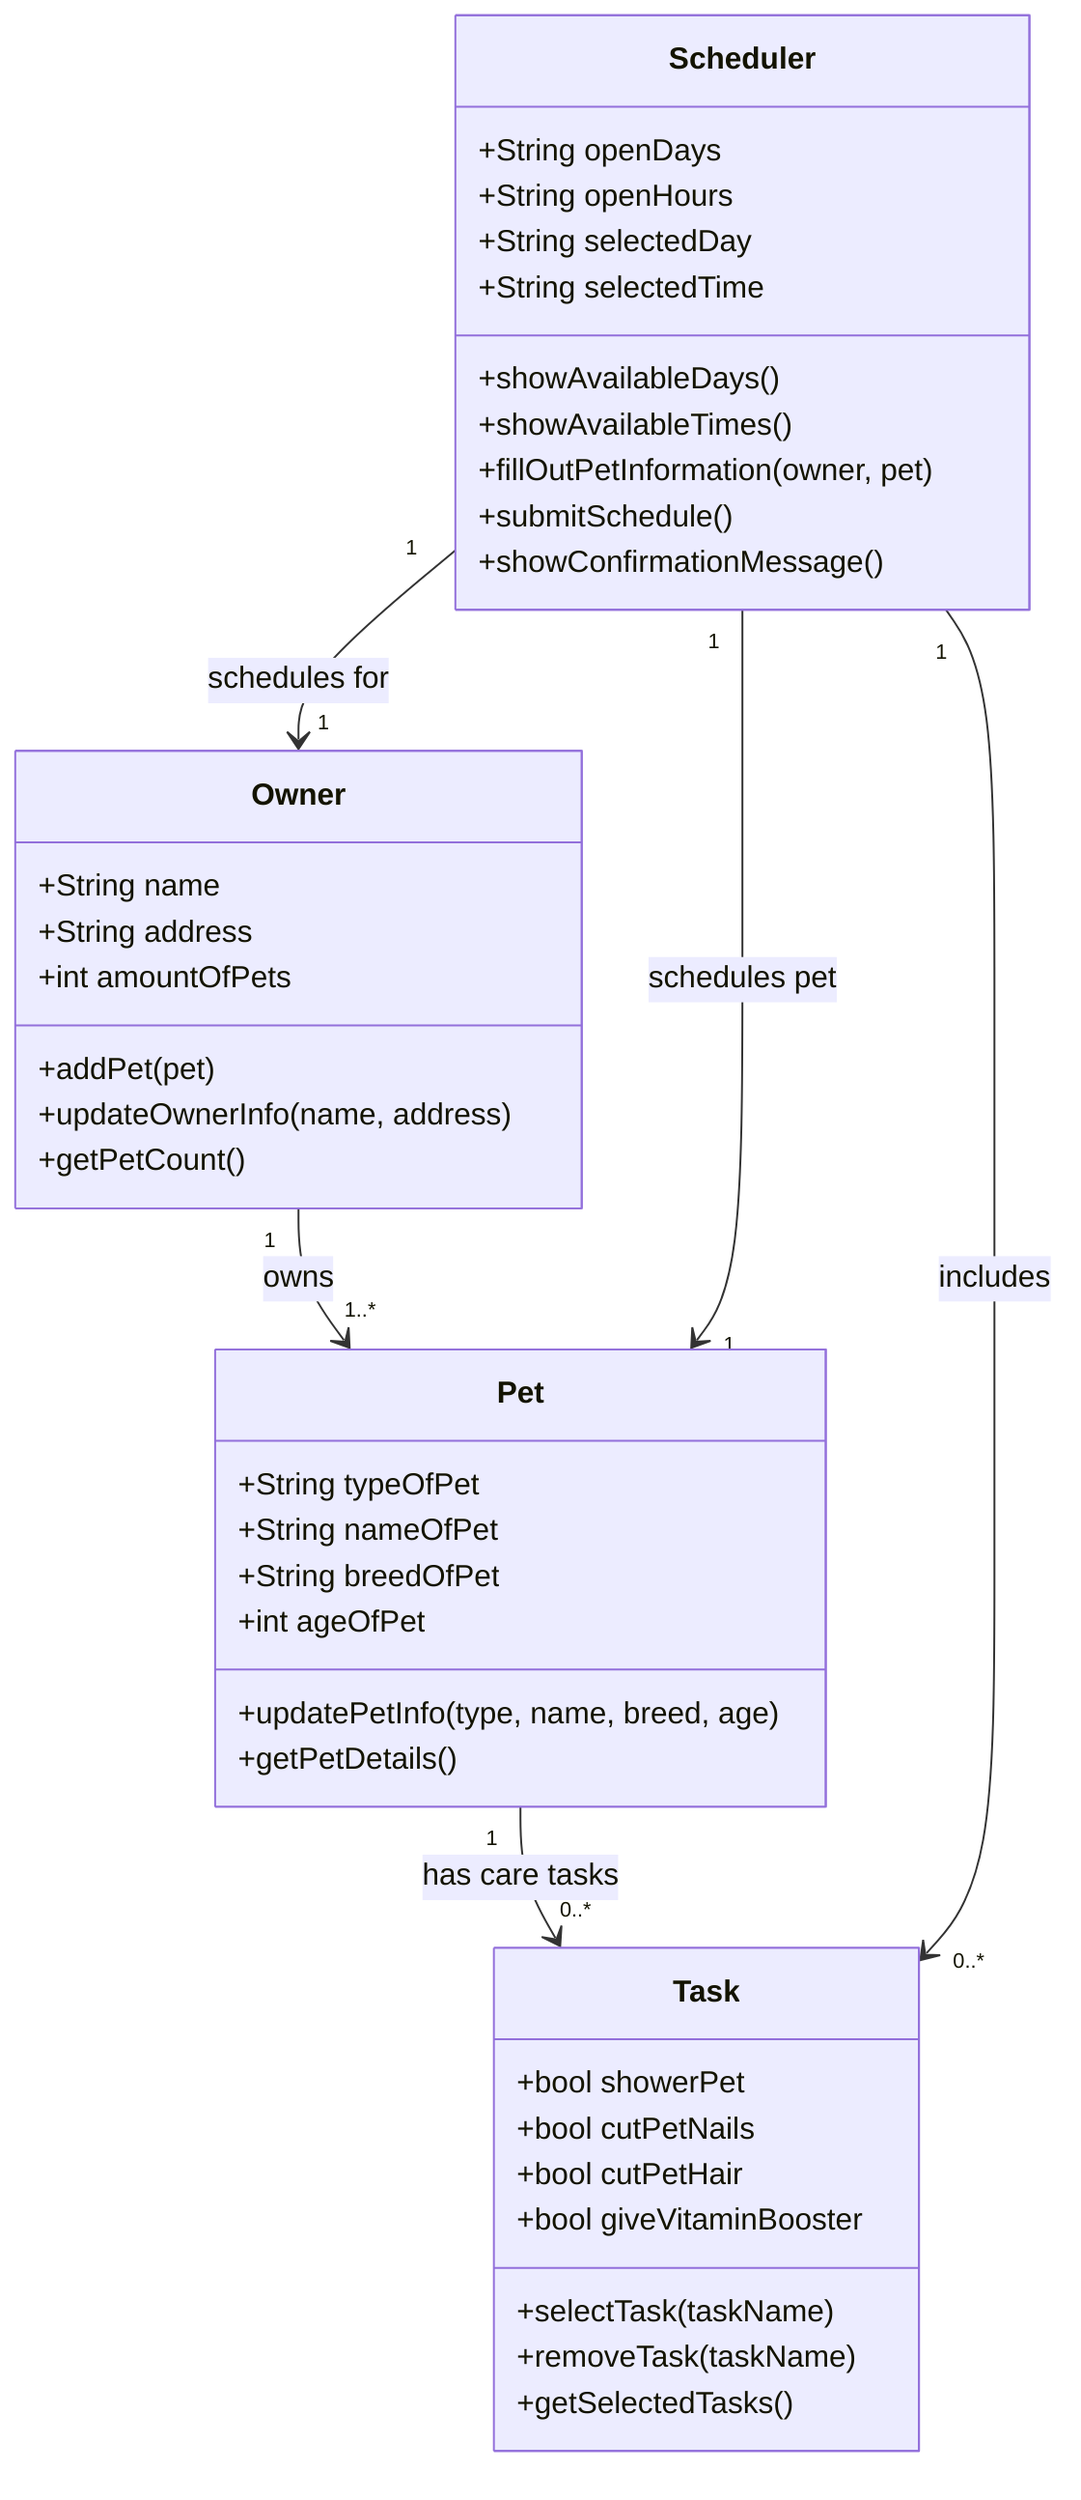
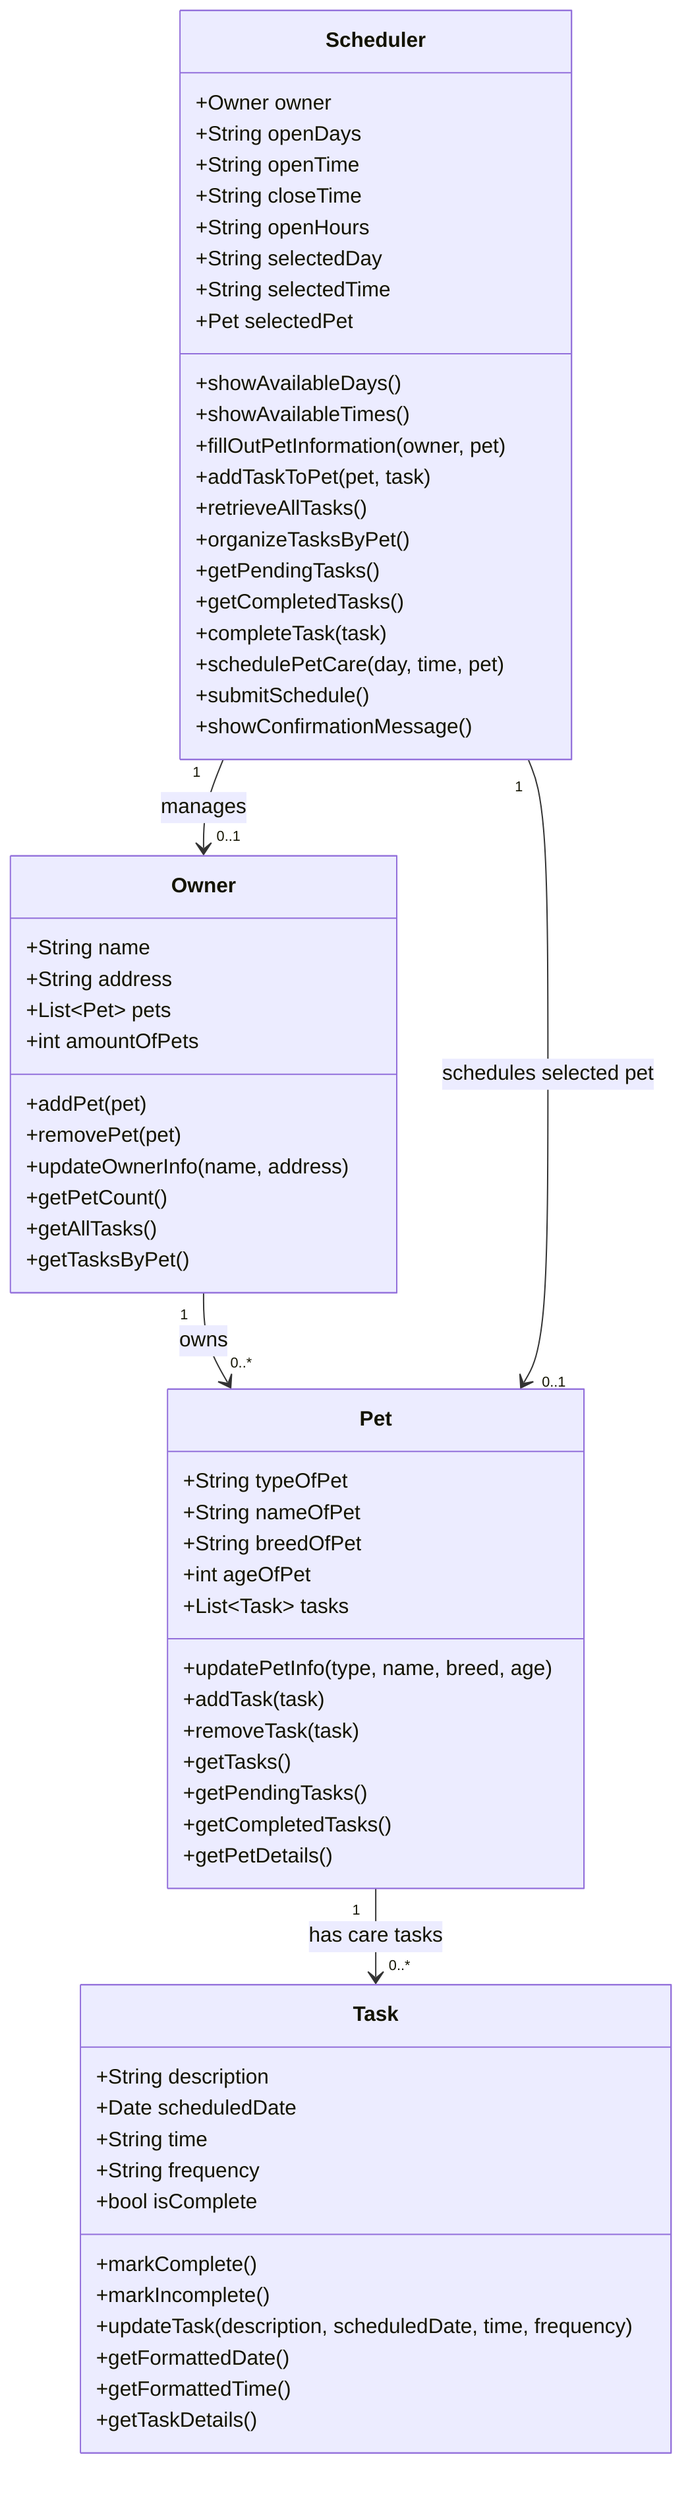
classDiagram
-     class Owner {
-         +String name
-         +String address
-         +int amountOfPets
-         +addPet(pet)
-         +updateOwnerInfo(name, address)
-         +getPetCount()
+     class Task {
+         +String description
+         +Date scheduledDate
+         +String time
+         +String frequency
+         +bool isComplete
+         +markComplete()
+         +markIncomplete()
+         +updateTask(description, scheduledDate, time, frequency)
+         +getFormattedDate()
+         +getFormattedTime()
+         +getTaskDetails()
    }

    class Pet {
        +String typeOfPet
        +String nameOfPet
        +String breedOfPet
        +int ageOfPet
+         +List~Task~ tasks
        +updatePetInfo(type, name, breed, age)
+         +addTask(task)
+         +removeTask(task)
+         +getTasks()
+         +getPendingTasks()
+         +getCompletedTasks()
        +getPetDetails()
    }

-     class Task {
-         +bool showerPet
-         +bool cutPetNails
-         +bool cutPetHair
-         +bool giveVitaminBooster
-         +selectTask(taskName)
-         +removeTask(taskName)
-         +getSelectedTasks()
+     class Owner {
+         +String name
+         +String address
+         +List~Pet~ pets
+         +int amountOfPets
+         +addPet(pet)
+         +removePet(pet)
+         +updateOwnerInfo(name, address)
+         +getPetCount()
+         +getAllTasks()
+         +getTasksByPet()
    }

    class Scheduler {
+         +Owner owner
        +String openDays
+         +String openTime
+         +String closeTime
        +String openHours
        +String selectedDay
        +String selectedTime
+         +Pet selectedPet
        +showAvailableDays()
        +showAvailableTimes()
        +fillOutPetInformation(owner, pet)
+         +addTaskToPet(pet, task)
+         +retrieveAllTasks()
+         +organizeTasksByPet()
+         +getPendingTasks()
+         +getCompletedTasks()
+         +completeTask(task)
+         +schedulePetCare(day, time, pet)
        +submitSchedule()
        +showConfirmationMessage()
    }

-     Owner "1" --> "1..*" Pet : owns
+     Owner "1" --> "0..*" Pet : owns
    Pet "1" --> "0..*" Task : has care tasks
-     Scheduler "1" --> "1" Owner : schedules for
-     Scheduler "1" --> "1" Pet : schedules pet
-     Scheduler "1" --> "0..*" Task : includes
+     Scheduler "1" --> "0..1" Owner : manages
+     Scheduler "1" --> "0..1" Pet : schedules selected pet
